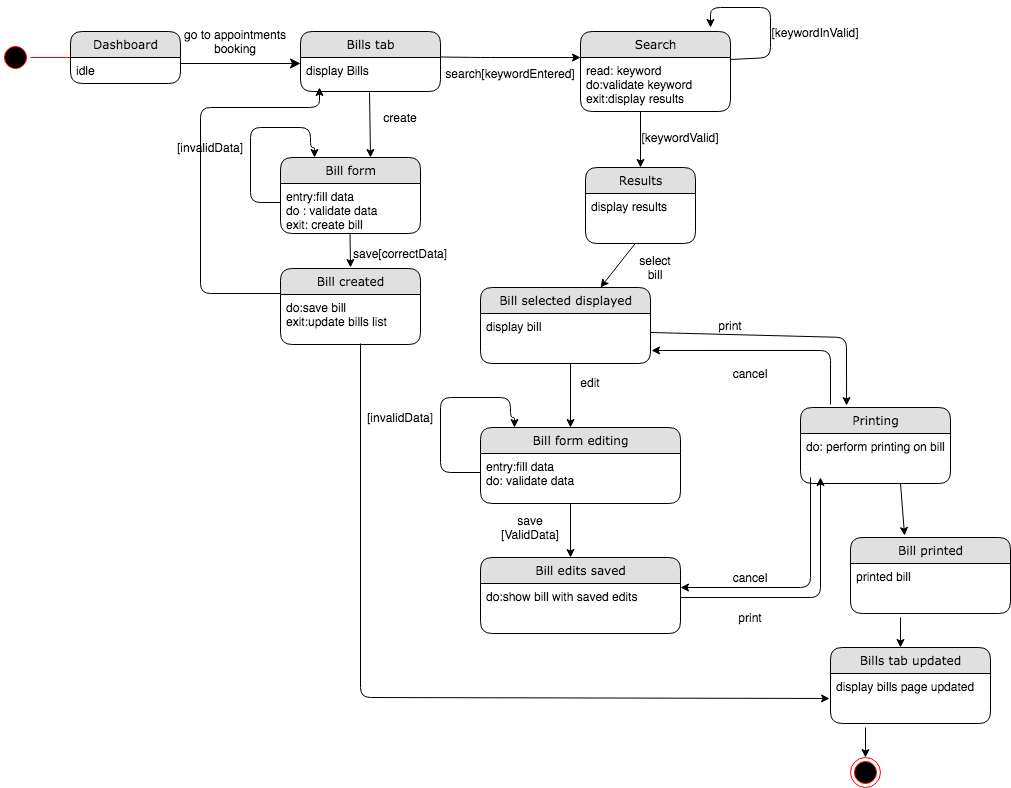
Above: Diagrams/State Chart Diagrams FINAL/ST_31_32_33_34 GENERATE,CREATE,EDIT,PRINT BILL.png in kkasharaj17/SE-project (draw.io), before the change. Source tidied: cells renumbered, new cells last; positions are measured from the earlier drawing's top-left corner, leaving out a move shared by most shapes.
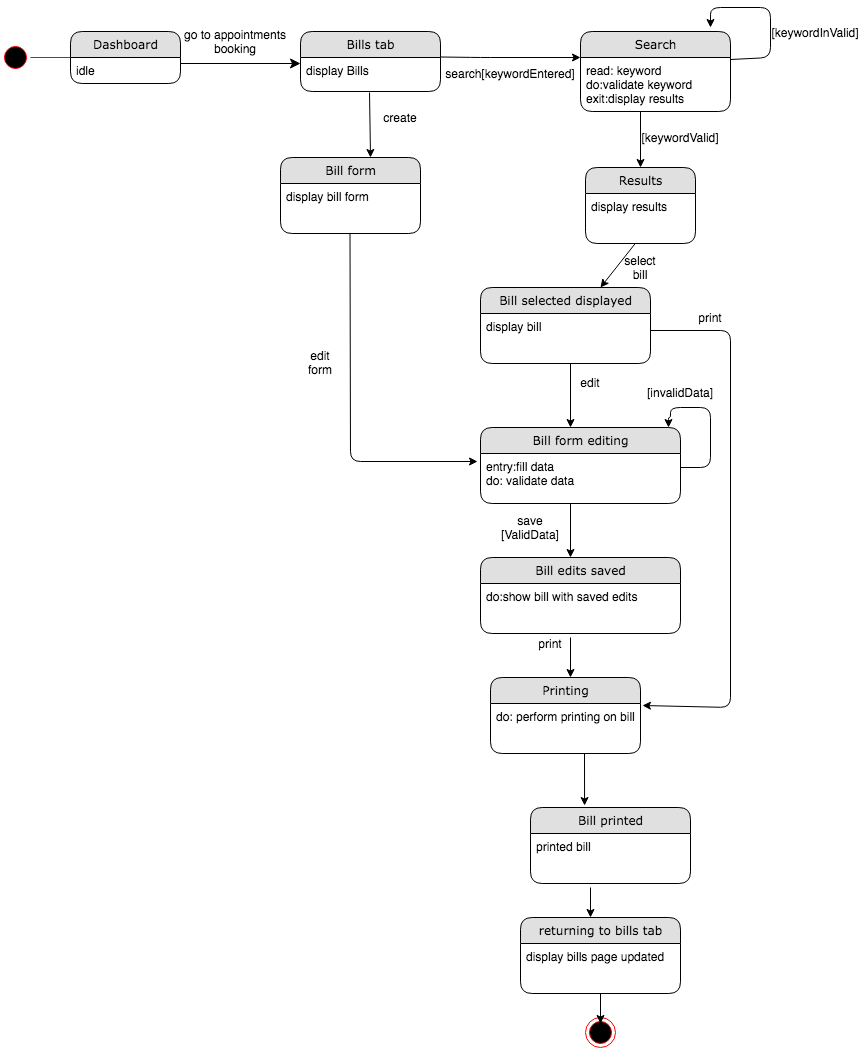
After the commit.

Change to the diagram source:
```diff
@@ -12,7 +12,7 @@
       <mxGeometry x="470" y="56" width="80" height="20" as="geometry" />
     </mxCell>
     <mxCell id="4" style="ellipse;html=1;shape=endState;fillColor=#000000;strokeColor=#ff0000;" parent="1" vertex="1">
-      <mxGeometry x="850" y="750" width="30" height="30" as="geometry" />
+      <mxGeometry x="585" y="1010" width="30" height="30" as="geometry" />
     </mxCell>
     <mxCell id="5" style="ellipse;html=1;shape=startState;fillColor=#000000;strokeColor=#ff0000;" parent="1" vertex="1">
       <mxGeometry y="35" width="30" height="30" as="geometry" />
@@ -49,7 +49,10 @@
     <mxCell id="13" style="endArrow=classic;html=1;" parent="1" edge="1">
       <mxGeometry relative="1" as="geometry">
         <mxPoint x="349.5" y="226" as="sourcePoint" />
-        <mxPoint x="350" y="260" as="targetPoint" />
+        <mxPoint x="477" y="454" as="targetPoint" />
+        <Array as="points">
+          <mxPoint x="350" y="454" />
+        </Array>
       </mxGeometry>
     </mxCell>
     <mxCell id="14" value="Search" style="swimlane;html=1;fontStyle=0;horizontal=1;startSize=26;fillColor=#e0e0e0;swimlaneFillColor=#ffffff;align=center;rounded=1;shadow=0;comic=0;labelBackgroundColor=none;strokeWidth=1;fontFamily=Verdana;fontSize=12;" parent="1" vertex="1">
@@ -78,7 +81,7 @@
     </mxCell>
     <mxCell id="20" style="endArrow=classic;html=1;entryX=0.338;entryY=-0.026;entryDx=0;entryDy=0;entryPerimeter=0;" parent="1" edge="1" target="62">
       <mxGeometry relative="1" as="geometry">
-        <mxPoint x="900" y="476" as="sourcePoint" />
+        <mxPoint x="584" y="746" as="sourcePoint" />
       </mxGeometry>
     </mxCell>
     <mxCell id="21" value="Results" style="swimlane;html=1;fontStyle=0;horizontal=1;startSize=26;fillColor=#e0e0e0;swimlaneFillColor=#ffffff;align=center;rounded=1;shadow=0;comic=0;labelBackgroundColor=none;strokeWidth=1;fontFamily=Verdana;fontSize=12;" parent="1" vertex="1">
@@ -87,14 +90,6 @@
     <mxCell id="22" value="display results" style="text;html=1;strokeColor=none;fillColor=none;spacingLeft=4;spacingRight=4;whiteSpace=wrap;overflow=hidden;" parent="21" vertex="1">
       <mxGeometry y="26" width="110" height="34" as="geometry" />
     </mxCell>
-    <mxCell id="23" style="endArrow=classic;html=1;entryX=0.307;entryY=-0.026;entryDx=0;entryDy=0;entryPerimeter=0;" parent="1" edge="1" target="51">
-      <mxGeometry relative="1" as="geometry">
-        <mxPoint x="650" y="325" as="sourcePoint" />
-        <Array as="points">
-          <mxPoint x="846" y="330" />
-        </Array>
-      </mxGeometry>
-    </mxCell>
     <mxCell id="24" value="Bill selected displayed" style="swimlane;html=1;fontStyle=0;horizontal=1;startSize=26;fillColor=#e0e0e0;swimlaneFillColor=#ffffff;align=center;rounded=1;shadow=0;comic=0;labelBackgroundColor=none;strokeWidth=1;fontFamily=Verdana;fontSize=12;" parent="1" vertex="1">
       <mxGeometry x="480" y="280" width="170" height="76" as="geometry" />
     </mxCell>
@@ -119,21 +114,6 @@
     <mxCell id="30" value="do:show bill with saved edits" style="text;html=1;strokeColor=none;fillColor=none;spacingLeft=4;spacingRight=4;whiteSpace=wrap;overflow=hidden;points=[[0,0.5],[1,0.5]];portConstraint=eastwest;" parent="29" vertex="1">
       <mxGeometry y="26" width="200" height="34" as="geometry" />
     </mxCell>
-    <mxCell id="31" style="edgeStyle=segmentEdgeStyle;endArrow=classic;html=1;" parent="1" edge="1" target="27">
-      <mxGeometry relative="1" as="geometry">
-        <mxPoint x="480" y="465" as="sourcePoint" />
-        <Array as="points">
-          <mxPoint x="440" y="465" />
-          <mxPoint x="440" y="390" />
-          <mxPoint x="510" y="390" />
-          <mxPoint x="510" y="410" />
-          <mxPoint x="514" y="410" />
-        </Array>
-      </mxGeometry>
-    </mxCell>
-    <mxCell id="32" value="[invalidData]" style="text;html=1;strokeColor=none;fillColor=none;align=center;verticalAlign=middle;whiteSpace=wrap;rounded=0;" parent="1" vertex="1">
-      <mxGeometry x="380" y="400" width="40" height="20" as="geometry" />
-    </mxCell>
     <mxCell id="33" value="save [ValidData]" style="text;html=1;strokeColor=none;fillColor=none;align=center;verticalAlign=middle;whiteSpace=wrap;rounded=0;" parent="1" vertex="1">
       <mxGeometry x="510" y="510" width="40" height="20" as="geometry" />
     </mxCell>
@@ -144,66 +124,25 @@
       </mxGeometry>
     </mxCell>
     <mxCell id="35" value="print" style="text;html=1;strokeColor=none;fillColor=none;align=center;verticalAlign=middle;whiteSpace=wrap;rounded=0;" parent="1" vertex="1">
-      <mxGeometry x="730" y="600" width="40" height="20" as="geometry" />
+      <mxGeometry x="530" y="626" width="40" height="20" as="geometry" />
     </mxCell>
-    <mxCell id="36" value="Bill created" style="swimlane;html=1;fontStyle=0;horizontal=1;startSize=26;fillColor=#e0e0e0;swimlaneFillColor=#ffffff;align=center;rounded=1;shadow=0;comic=0;labelBackgroundColor=none;strokeWidth=1;fontFamily=Verdana;fontSize=12;" parent="1" vertex="1">
-      <mxGeometry x="280" y="261" width="140" height="76" as="geometry" />
-    </mxCell>
-    <mxCell id="37" value="do:save bill&lt;br&gt;exit:update bills list" style="text;html=1;strokeColor=none;fillColor=none;spacingLeft=4;spacingRight=4;whiteSpace=wrap;overflow=hidden;" parent="36" vertex="1">
-      <mxGeometry y="26" width="140" height="44" as="geometry" />
-    </mxCell>
-    <mxCell id="38" style="edgeStyle=segmentEdgeStyle;endArrow=classic;html=1;" parent="1" edge="1">
-      <mxGeometry relative="1" as="geometry">
-        <mxPoint x="280" y="286" as="sourcePoint" />
-        <mxPoint x="319" y="80" as="targetPoint" />
-        <Array as="points">
-          <mxPoint x="200" y="286" />
-          <mxPoint x="200" y="100" />
-          <mxPoint x="319" y="100" />
-        </Array>
-      </mxGeometry>
-    </mxCell>
     <mxCell id="39" value="Bill form" style="swimlane;html=1;fontStyle=0;horizontal=1;startSize=26;fillColor=#e0e0e0;swimlaneFillColor=#ffffff;align=center;rounded=1;shadow=0;comic=0;labelBackgroundColor=none;strokeWidth=1;fontFamily=Verdana;fontSize=12;" parent="1" vertex="1">
       <mxGeometry x="280" y="150" width="140" height="76" as="geometry" />
     </mxCell>
-    <mxCell id="40" value="entry:fill data&lt;br&gt;do : validate data&lt;br&gt;exit: create bill" style="text;html=1;strokeColor=none;fillColor=none;spacingLeft=4;spacingRight=4;whiteSpace=wrap;overflow=hidden;" parent="39" vertex="1">
-      <mxGeometry y="26" width="140" height="44" as="geometry" />
-    </mxCell>
+    <mxCell id="64" value="display bill form" style="text;html=1;strokeColor=none;fillColor=none;spacingLeft=4;spacingRight=4;whiteSpace=wrap;overflow=hidden;" parent="39" vertex="1">
+      <mxGeometry y="26" width="140" height="44" as="geometry" />
+    </mxCell>
     <mxCell id="41" style="endArrow=classic;html=1;exitX=0.493;exitY=1.029;exitDx=0;exitDy=0;exitPerimeter=0;entryX=0.643;entryY=0;entryDx=0;entryDy=0;entryPerimeter=0;" parent="1" edge="1" source="12" target="39">
       <mxGeometry relative="1" as="geometry" />
     </mxCell>
     <mxCell id="42" value="create" style="text;html=1;strokeColor=none;fillColor=none;align=center;verticalAlign=middle;whiteSpace=wrap;rounded=0;" parent="1" vertex="1">
       <mxGeometry x="380" y="100" width="40" height="20" as="geometry" />
     </mxCell>
-    <mxCell id="43" value="save[correctData]" style="text;html=1;strokeColor=none;fillColor=none;align=center;verticalAlign=middle;whiteSpace=wrap;rounded=0;" parent="1" vertex="1">
-      <mxGeometry x="380" y="236" width="40" height="20" as="geometry" />
-    </mxCell>
-    <mxCell id="44" style="edgeStyle=segmentEdgeStyle;endArrow=classic;html=1;" parent="1" edge="1">
-      <mxGeometry relative="1" as="geometry">
-        <mxPoint x="280" y="195" as="sourcePoint" />
-        <mxPoint x="314" y="150" as="targetPoint" />
-        <Array as="points">
-          <mxPoint x="250" y="195" />
-          <mxPoint x="250" y="120" />
-          <mxPoint x="310" y="120" />
-          <mxPoint x="310" y="140" />
-          <mxPoint x="314" y="140" />
-        </Array>
-      </mxGeometry>
-    </mxCell>
     <mxCell id="45" value="[invalidData]" style="text;html=1;strokeColor=none;fillColor=none;align=center;verticalAlign=middle;whiteSpace=wrap;rounded=0;" parent="1" vertex="1">
-      <mxGeometry x="190" y="130" width="40" height="20" as="geometry" />
+      <mxGeometry x="660" y="375" width="40" height="20" as="geometry" />
     </mxCell>
-    <mxCell id="46" style="endArrow=classic;html=1;entryX=-0.006;entryY=0.735;entryDx=0;entryDy=0;entryPerimeter=0;" parent="1" edge="1" target="60">
-      <mxGeometry relative="1" as="geometry">
-        <mxPoint x="360" y="336" as="sourcePoint" />
-        <Array as="points">
-          <mxPoint x="360" y="690" />
-        </Array>
-      </mxGeometry>
-    </mxCell>
     <mxCell id="47" value="print" style="text;html=1;strokeColor=none;fillColor=none;align=center;verticalAlign=middle;whiteSpace=wrap;rounded=0;" parent="1" vertex="1">
-      <mxGeometry x="710" y="308" width="40" height="20" as="geometry" />
+      <mxGeometry x="690" y="300" width="40" height="20" as="geometry" />
     </mxCell>
     <mxCell id="48" style="endArrow=classic;html=1;exitX=1;exitY=0.037;exitDx=0;exitDy=0;exitPerimeter=0;" parent="1" edge="1" source="15">
       <mxGeometry relative="1" as="geometry">
@@ -219,68 +158,66 @@
       <mxGeometry x="795" y="15" width="40" height="20" as="geometry" />
     </mxCell>
     <mxCell id="50" value="select bill" style="text;html=1;strokeColor=none;fillColor=none;align=center;verticalAlign=middle;whiteSpace=wrap;rounded=0;" parent="1" vertex="1">
-      <mxGeometry x="635" y="250" width="40" height="20" as="geometry" />
+      <mxGeometry x="620" y="250" width="40" height="20" as="geometry" />
     </mxCell>
+    <mxCell id="54" style="endArrow=classic;html=1;" parent="1" edge="1">
+      <mxGeometry relative="1" as="geometry">
+        <mxPoint x="600" y="986" as="sourcePoint" />
+        <mxPoint x="600" y="1016" as="targetPoint" />
+      </mxGeometry>
+    </mxCell>
+    <mxCell id="61" style="endArrow=classic;html=1;" parent="1" edge="1">
+      <mxGeometry relative="1" as="geometry">
+        <mxPoint x="590" y="880" as="sourcePoint" />
+        <mxPoint x="590" y="910" as="targetPoint" />
+      </mxGeometry>
+    </mxCell>
     <mxCell id="51" value="Printing" style="swimlane;html=1;fontStyle=0;horizontal=1;startSize=26;fillColor=#e0e0e0;swimlaneFillColor=#ffffff;align=center;rounded=1;shadow=0;comic=0;labelBackgroundColor=none;strokeWidth=1;fontFamily=Verdana;fontSize=12;" parent="1" vertex="1">
-      <mxGeometry x="800" y="400" width="150" height="76" as="geometry" />
+      <mxGeometry x="490" y="670" width="150" height="76" as="geometry" />
     </mxCell>
     <mxCell id="52" value="do: perform printing on bill" style="text;html=1;strokeColor=none;fillColor=none;spacingLeft=4;spacingRight=4;whiteSpace=wrap;overflow=hidden;points=[[0,0.5],[1,0.5]];portConstraint=eastwest;" parent="51" vertex="1">
       <mxGeometry y="26" width="150" height="34" as="geometry" />
     </mxCell>
-    <mxCell id="53" style="endArrow=classic;html=1;" parent="1" edge="1">
-      <mxGeometry relative="1" as="geometry">
-        <mxPoint x="680" y="590" as="sourcePoint" />
-        <mxPoint x="820" y="470" as="targetPoint" />
-        <Array as="points">
-          <mxPoint x="820" y="590" />
-        </Array>
-      </mxGeometry>
-    </mxCell>
-    <mxCell id="54" style="endArrow=classic;html=1;" parent="1" edge="1">
-      <mxGeometry relative="1" as="geometry">
-        <mxPoint x="865" y="720" as="sourcePoint" />
-        <mxPoint x="865" y="750" as="targetPoint" />
-      </mxGeometry>
-    </mxCell>
-    <mxCell id="55" style="endArrow=classic;html=1;entryX=1.006;entryY=1.088;entryDx=0;entryDy=0;entryPerimeter=0;" parent="1" edge="1" target="25">
-      <mxGeometry relative="1" as="geometry">
-        <mxPoint x="830" y="397" as="sourcePoint" />
-        <Array as="points">
-          <mxPoint x="830" y="343" />
-        </Array>
-      </mxGeometry>
-    </mxCell>
-    <mxCell id="56" value="cancel" style="text;html=1;strokeColor=none;fillColor=none;align=center;verticalAlign=middle;whiteSpace=wrap;rounded=0;" parent="1" vertex="1">
-      <mxGeometry x="730" y="356" width="40" height="20" as="geometry" />
-    </mxCell>
-    <mxCell id="57" value="cancel" style="text;html=1;strokeColor=none;fillColor=none;align=center;verticalAlign=middle;whiteSpace=wrap;rounded=0;" parent="1" vertex="1">
-      <mxGeometry x="730" y="560" width="40" height="20" as="geometry" />
-    </mxCell>
-    <mxCell id="58" style="endArrow=classic;html=1;entryX=1;entryY=0.118;entryDx=0;entryDy=0;entryPerimeter=0;" parent="1" edge="1" target="30">
-      <mxGeometry relative="1" as="geometry">
-        <mxPoint x="810" y="470" as="sourcePoint" />
-        <Array as="points">
-          <mxPoint x="810" y="580" />
-        </Array>
-      </mxGeometry>
-    </mxCell>
-    <mxCell id="59" value="Bills tab updated" style="swimlane;html=1;fontStyle=0;horizontal=1;startSize=26;fillColor=#e0e0e0;swimlaneFillColor=#ffffff;align=center;rounded=1;shadow=0;comic=0;labelBackgroundColor=none;strokeWidth=1;fontFamily=Verdana;fontSize=12;" parent="1" vertex="1">
-      <mxGeometry x="830" y="640" width="160" height="76" as="geometry" />
+    <mxCell id="59" value="returning to bills tab" style="swimlane;html=1;fontStyle=0;horizontal=1;startSize=26;fillColor=#e0e0e0;swimlaneFillColor=#ffffff;align=center;rounded=1;shadow=0;comic=0;labelBackgroundColor=none;strokeWidth=1;fontFamily=Verdana;fontSize=12;" parent="1" vertex="1">
+      <mxGeometry x="520" y="910" width="160" height="76" as="geometry" />
     </mxCell>
     <mxCell id="60" value="display bills page updated&amp;nbsp;" style="text;html=1;strokeColor=none;fillColor=none;spacingLeft=4;spacingRight=4;whiteSpace=wrap;overflow=hidden;points=[[0,0.5],[1,0.5]];portConstraint=eastwest;" parent="59" vertex="1">
       <mxGeometry y="26" width="160" height="34" as="geometry" />
     </mxCell>
-    <mxCell id="61" style="endArrow=classic;html=1;" parent="1" edge="1">
-      <mxGeometry relative="1" as="geometry">
-        <mxPoint x="900" y="610" as="sourcePoint" />
-        <mxPoint x="900" y="640" as="targetPoint" />
-      </mxGeometry>
-    </mxCell>
+    <mxCell id="65" style="endArrow=classic;html=1;" parent="1" edge="1">
+      <mxGeometry relative="1" as="geometry">
+        <mxPoint x="570" y="630" as="sourcePoint" />
+        <mxPoint x="570" y="670" as="targetPoint" />
+      </mxGeometry>
+    </mxCell>
     <mxCell id="62" value="Bill printed" style="swimlane;html=1;fontStyle=0;horizontal=1;startSize=26;fillColor=#e0e0e0;swimlaneFillColor=#ffffff;align=center;rounded=1;shadow=0;comic=0;labelBackgroundColor=none;strokeWidth=1;fontFamily=Verdana;fontSize=12;" parent="1" vertex="1">
-      <mxGeometry x="850" y="530" width="160" height="76" as="geometry" />
+      <mxGeometry x="530" y="800" width="160" height="76" as="geometry" />
     </mxCell>
     <mxCell id="63" value="printed bill" style="text;html=1;strokeColor=none;fillColor=none;spacingLeft=4;spacingRight=4;whiteSpace=wrap;overflow=hidden;" parent="62" vertex="1">
       <mxGeometry y="26" width="160" height="34" as="geometry" />
     </mxCell>
+    <mxCell id="66" style="edgeStyle=segmentEdgeStyle;endArrow=classic;html=1;entryX=0.94;entryY=0;entryDx=0;entryDy=0;entryPerimeter=0;" parent="1" edge="1" target="27">
+      <mxGeometry relative="1" as="geometry">
+        <mxPoint x="680" y="460" as="sourcePoint" />
+        <Array as="points">
+          <mxPoint x="710" y="460" />
+          <mxPoint x="710" y="400" />
+          <mxPoint x="670" y="400" />
+          <mxPoint x="670" y="410" />
+          <mxPoint x="668" y="410" />
+        </Array>
+      </mxGeometry>
+    </mxCell>
+    <mxCell id="67" style="endArrow=classic;html=1;exitX=1;exitY=0.5;exitDx=0;exitDy=0;entryX=1.013;entryY=0.059;entryDx=0;entryDy=0;entryPerimeter=0;" parent="1" edge="1" source="25" target="52">
+      <mxGeometry relative="1" as="geometry">
+        <Array as="points">
+          <mxPoint x="730" y="323" />
+          <mxPoint x="730" y="700" />
+        </Array>
+      </mxGeometry>
+    </mxCell>
+    <mxCell id="68" value="edit form" style="text;html=1;strokeColor=none;fillColor=none;align=center;verticalAlign=middle;whiteSpace=wrap;rounded=0;" parent="1" vertex="1">
+      <mxGeometry x="300" y="345" width="40" height="20" as="geometry" />
+    </mxCell>
   </root>
 </mxGraphModel>
```
